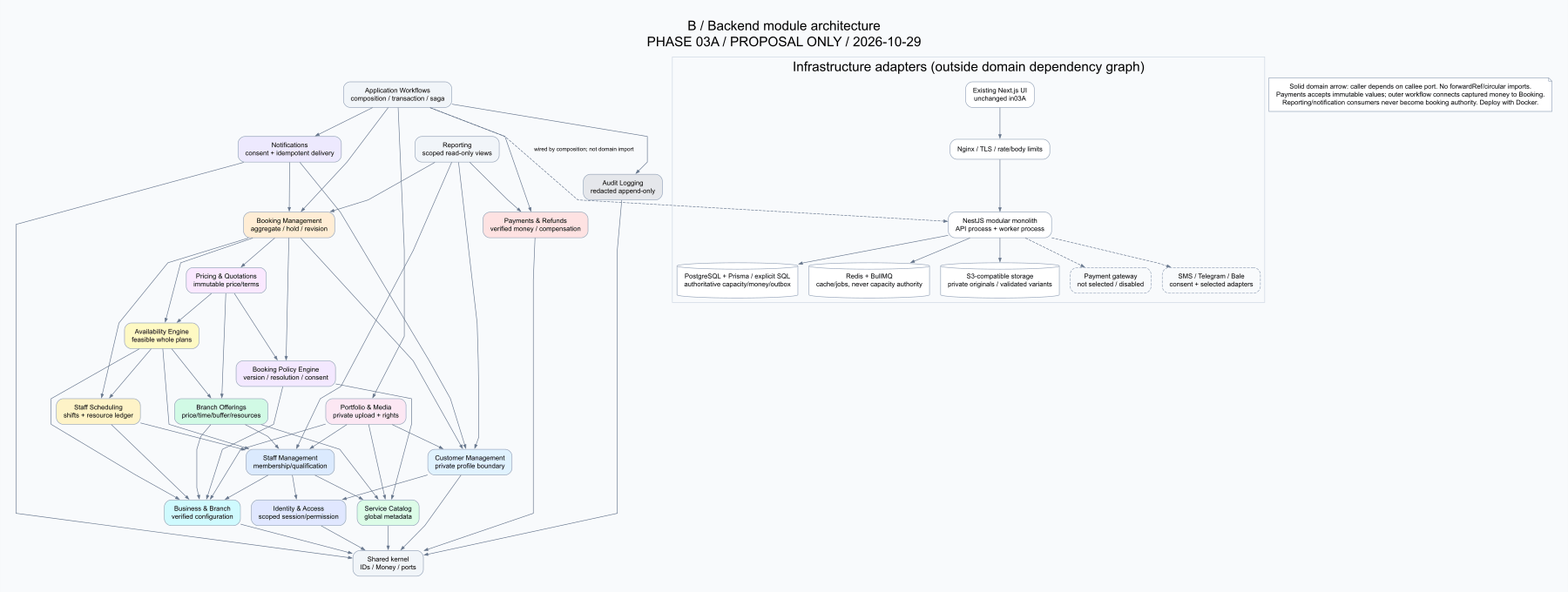
Above: docs/architecture/diagrams/rendered/backend-modules.png in mahdihp1997/mohammadstyle-homepage-review (Graphviz), before the change. Its source is kept beside it as docs/architecture/diagrams/backend-modules.dot. Its diagram source:
```dot
digraph G { graph [newrank=true, rankdir=TB, bgcolor="#f8fafc", pad="0.4", nodesep="0.28", ranksep="0.6", fontname="Arial", fontsize=24, labelloc=t, label="B / Backend module architecture\nPHASE 03A / PROPOSAL ONLY / 2026-10-29", splines=polyline]; node [shape=box,style="rounded,filled",fillcolor="#ffffff",color="#94a3b8",fontname="Arial",fontsize=12,margin="0.18,0.12"]; edge [color="#64748b",arrowsize=0.65,fontname="Arial",fontsize=10]; Kernel [label="Shared kernel\nIDs / Money / ports",fillcolor="#f1f5f9"];
IAM [label="Identity & Access\nscoped session/permission",fillcolor="#e0e7ff"];
Business [label="Business & Branch\nverified configuration",fillcolor="#cffafe"];
Catalog [label="Service Catalog\nglobal metadata",fillcolor="#dcfce7"];
Customers [label="Customer Management\nprivate profile boundary",fillcolor="#e0f2fe"];
Staff [label="Staff Management\nmembership/qualification",fillcolor="#dbeafe"];
Offerings [label="Branch Offerings\nprice/time/buffer/resources",fillcolor="#d1fae5"];
Scheduling [label="Staff Scheduling\nshifts + resource ledger",fillcolor="#fef3c7"];
Availability [label="Availability Engine\nfeasible whole plans",fillcolor="#fef9c3"];
Policies [label="Booking Policy Engine\nversion / resolution / consent",fillcolor="#f3e8ff"];
Pricing [label="Pricing & Quotations\nimmutable price/terms",fillcolor="#fae8ff"];
Booking [label="Booking Management\naggregate / hold / revision",fillcolor="#ffedd5"];
Payments [label="Payments & Refunds\nverified money / compensation",fillcolor="#fee2e2"];
Media [label="Portfolio & Media\nprivate upload + rights",fillcolor="#fce7f3"];
Notifications [label="Notifications\nconsent + idempotent delivery",fillcolor="#ede9fe"];
Audit [label="Audit Logging\nredacted append-only",fillcolor="#e5e7eb"];
Reporting [label="Reporting\nscoped read-only views",fillcolor="#f1f5f9"];
Workflows [label="Application Workflows\ncomposition / transaction / saga",fillcolor="#f1f5f9"];
IAM->Kernel;
Business->Kernel;
Catalog->Kernel;
Customers->IAM;
Customers->Kernel;
Staff->Business;
Staff->IAM;
Staff->Catalog;
Offerings->Business;
Offerings->Catalog;
Offerings->Staff;
Scheduling->Business;
Scheduling->Staff;
Availability->Business;
Availability->Offerings;
Availability->Scheduling;
Availability->Staff;
Policies->Business;
Policies->Catalog;
Pricing->Offerings;
Pricing->Policies;
Pricing->Availability;
Booking->Customers;
Booking->Availability;
Booking->Pricing;
Booking->Policies;
Booking->Scheduling;
Payments->Kernel;
Media->Business;
Media->Catalog;
Media->Staff;
Media->Customers;
Notifications->Customers;
Notifications->Booking;
Notifications->Kernel;
Audit->Kernel;
Reporting->Booking;
Reporting->Payments;
Reporting->Staff;
Reporting->Customers;
Workflows->Booking;
Workflows->Payments;
Workflows->Notifications;
Workflows->Media;
Workflows->Audit;
 subgraph cluster_runtime { label="Infrastructure adapters (outside domain dependency graph)"; color="#cbd5e1"; Next [label="Existing Next.js UI
unchanged in03A"]; Nginx [label="Nginx / TLS / rate/body limits"]; Nest [label="NestJS modular monolith
API process + worker process"]; PG [label="PostgreSQL + Prisma / explicit SQL
authoritative capacity/money/outbox",shape=cylinder]; Redis [label="Redis + BullMQ
cache/jobs, never capacity authority",shape=cylinder]; S3 [label="S3-compatible storage
private originals / validated variants",shape=cylinder]; Gateway [label="Payment gateway
not selected / disabled",style="rounded,dashed"]; Channels [label="SMS / Telegram / Bale
consent + selected adapters",style="rounded,dashed"]; Next->Nginx->Nest; Nest->PG; Nest->Redis; Nest->S3; Nest->Gateway [style=dashed]; Nest->Channels [style=dashed]; }
 Workflows -> Nest [style=dashed,label="wired by composition; not domain import",constraint=false];
 Legend [label="Solid domain arrow: caller depends on callee port. No forwardRef/circular imports.
Payments accepts immutable values; outer workflow connects captured money to Booking.
Reporting/notification consumers never become booking authority. Deploy with Docker.",shape=note];
}
```
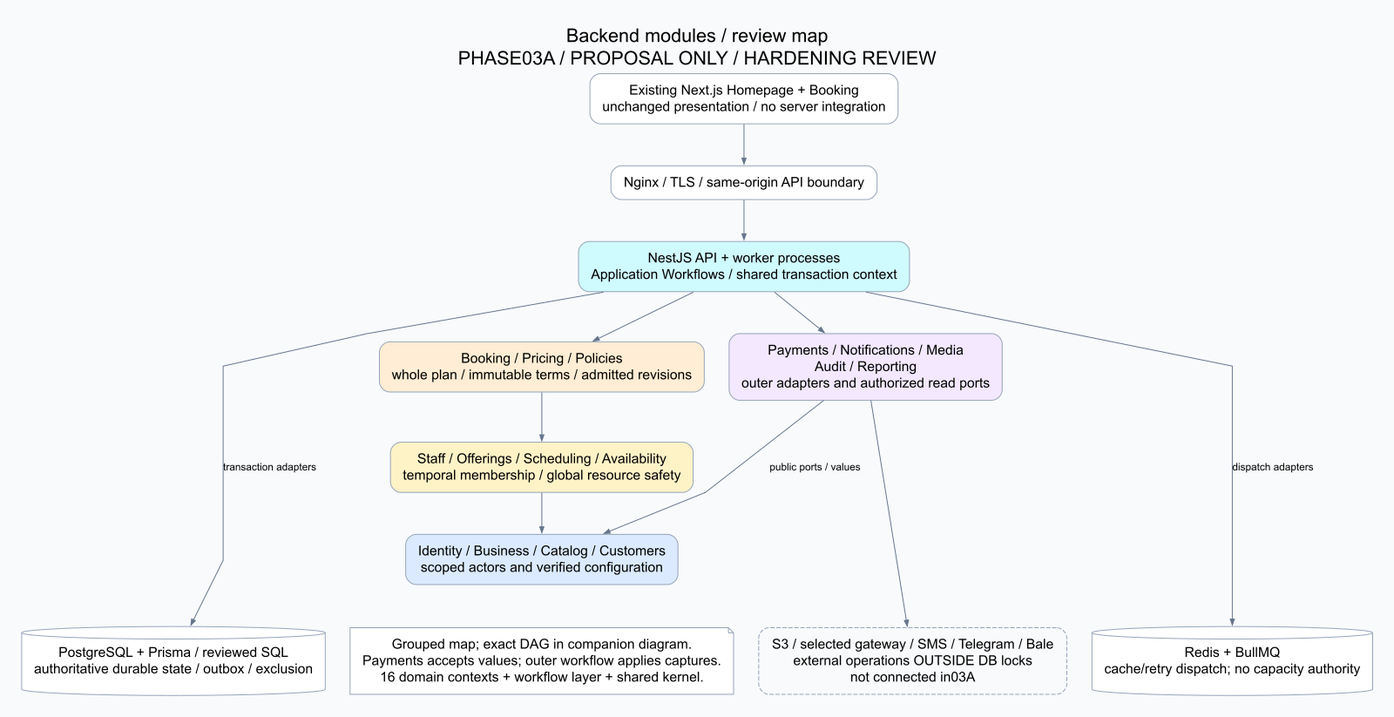
The same file after the commit.

The edit, as a diff of the source:
```diff
@@ -1,76 +1,30 @@
-digraph G { graph [newrank=true, rankdir=TB, bgcolor="#f8fafc", pad="0.4", nodesep="0.28", ranksep="0.6", fontname="Arial", fontsize=24, labelloc=t, label="B / Backend module architecture\nPHASE 03A / PROPOSAL ONLY / 2026-10-29", splines=polyline]; node [shape=box,style="rounded,filled",fillcolor="#ffffff",color="#94a3b8",fontname="Arial",fontsize=12,margin="0.18,0.12"]; edge [color="#64748b",arrowsize=0.65,fontname="Arial",fontsize=10]; Kernel [label="Shared kernel\nIDs / Money / ports",fillcolor="#f1f5f9"];
-IAM [label="Identity & Access\nscoped session/permission",fillcolor="#e0e7ff"];
-Business [label="Business & Branch\nverified configuration",fillcolor="#cffafe"];
-Catalog [label="Service Catalog\nglobal metadata",fillcolor="#dcfce7"];
-Customers [label="Customer Management\nprivate profile boundary",fillcolor="#e0f2fe"];
-Staff [label="Staff Management\nmembership/qualification",fillcolor="#dbeafe"];
-Offerings [label="Branch Offerings\nprice/time/buffer/resources",fillcolor="#d1fae5"];
-Scheduling [label="Staff Scheduling\nshifts + resource ledger",fillcolor="#fef3c7"];
-Availability [label="Availability Engine\nfeasible whole plans",fillcolor="#fef9c3"];
-Policies [label="Booking Policy Engine\nversion / resolution / consent",fillcolor="#f3e8ff"];
-Pricing [label="Pricing & Quotations\nimmutable price/terms",fillcolor="#fae8ff"];
-Booking [label="Booking Management\naggregate / hold / revision",fillcolor="#ffedd5"];
-Payments [label="Payments & Refunds\nverified money / compensation",fillcolor="#fee2e2"];
-Media [label="Portfolio & Media\nprivate upload + rights",fillcolor="#fce7f3"];
-Notifications [label="Notifications\nconsent + idempotent delivery",fillcolor="#ede9fe"];
-Audit [label="Audit Logging\nredacted append-only",fillcolor="#e5e7eb"];
-Reporting [label="Reporting\nscoped read-only views",fillcolor="#f1f5f9"];
-Workflows [label="Application Workflows\ncomposition / transaction / saga",fillcolor="#f1f5f9"];
-IAM->Kernel;
-Business->Kernel;
-Catalog->Kernel;
-Customers->IAM;
-Customers->Kernel;
-Staff->Business;
-Staff->IAM;
-Staff->Catalog;
-Offerings->Business;
-Offerings->Catalog;
-Offerings->Staff;
-Scheduling->Business;
-Scheduling->Staff;
-Availability->Business;
-Availability->Offerings;
-Availability->Scheduling;
-Availability->Staff;
-Policies->Business;
-Policies->Catalog;
-Pricing->Offerings;
-Pricing->Policies;
-Pricing->Availability;
-Booking->Customers;
-Booking->Availability;
-Booking->Pricing;
-Booking->Policies;
-Booking->Scheduling;
-Payments->Kernel;
-Media->Business;
-Media->Catalog;
-Media->Staff;
-Media->Customers;
-Notifications->Customers;
-Notifications->Booking;
-Notifications->Kernel;
-Audit->Kernel;
-Reporting->Booking;
-Reporting->Payments;
-Reporting->Staff;
-Reporting->Customers;
-Workflows->Booking;
-Workflows->Payments;
-Workflows->Notifications;
-Workflows->Media;
-Workflows->Audit;
- subgraph cluster_runtime { label="Infrastructure adapters (outside domain dependency graph)"; color="#cbd5e1"; Next [label="Existing Next.js UI
-unchanged in03A"]; Nginx [label="Nginx / TLS / rate/body limits"]; Nest [label="NestJS modular monolith
-API process + worker process"]; PG [label="PostgreSQL + Prisma / explicit SQL
-authoritative capacity/money/outbox",shape=cylinder]; Redis [label="Redis + BullMQ
-cache/jobs, never capacity authority",shape=cylinder]; S3 [label="S3-compatible storage
-private originals / validated variants",shape=cylinder]; Gateway [label="Payment gateway
-not selected / disabled",style="rounded,dashed"]; Channels [label="SMS / Telegram / Bale
-consent + selected adapters",style="rounded,dashed"]; Next->Nginx->Nest; Nest->PG; Nest->Redis; Nest->S3; Nest->Gateway [style=dashed]; Nest->Channels [style=dashed]; }
- Workflows -> Nest [style=dashed,label="wired by composition; not domain import",constraint=false];
- Legend [label="Solid domain arrow: caller depends on callee port. No forwardRef/circular imports.
-Payments accepts immutable values; outer workflow connects captured money to Booking.
-Reporting/notification consumers never become booking authority. Deploy with Docker.",shape=note];
-}
+digraph G { graph [newrank=true,rankdir=TB,bgcolor="#f8fafc",fontname="Arial",fontsize=22,labelloc=t,label="Backend modules / review map\nPHASE03A / PROPOSAL ONLY / HARDENING REVIEW",pad="0.35",nodesep="0.4",ranksep="0.65",splines=polyline]; node [shape=box,style="rounded,filled",fillcolor="#fff",color="#94a3b8",fontname="Arial",fontsize=16,margin="0.2,0.14"]; edge [fontname="Arial",fontsize=12,color="#64748b",arrowsize=0.7];
+ ui [label="Existing Next.js Homepage + Booking
+unchanged presentation / no server integration"];
+ proxy [label="Nginx / TLS / same-origin API boundary"];
+ composition [label="NestJS API + worker processes
+Application Workflows / shared transaction context",fillcolor="#cffafe"];
+ booking [label="Booking / Pricing / Policies
+whole plan / immutable terms / admitted revisions",fillcolor="#ffedd5"];
+ workforce [label="Staff / Offerings / Scheduling / Availability
+temporal membership / global resource safety",fillcolor="#fef3c7"];
+ foundation [label="Identity / Business / Catalog / Customers
+scoped actors and verified configuration",fillcolor="#dbeafe"];
+ outcomes [label="Payments / Notifications / Media
+Audit / Reporting
+outer adapters and authorized read ports",fillcolor="#f3e8ff"];
+ pg [shape=cylinder,label="PostgreSQL + Prisma / reviewed SQL
+authoritative durable state / outbox / exclusion"];
+ redis [shape=cylinder,label="Redis + BullMQ
+cache/retry dispatch; no capacity authority"];
+ providers [label="S3 / selected gateway / SMS / Telegram / Bale
+external operations OUTSIDE DB locks
+not connected in03A",style="rounded,dashed"];
+ ui->proxy->composition;composition->booking;composition->outcomes;booking->workforce->foundation;
+ outcomes->foundation [label="public ports / values"];
+ composition->pg [label="transaction adapters"];composition->redis [label="dispatch adapters"];outcomes->providers;
+ {rank=same;booking;outcomes;} {rank=same;pg;redis;providers;} foundation->pg [style=invis];
+ note [shape=note,label="Grouped map; exact DAG in companion diagram.
+Payments accepts values; outer workflow applies captures.
+16 domain contexts + workflow layer + shared kernel."]; foundation->note [style=invis];
+ }
```
